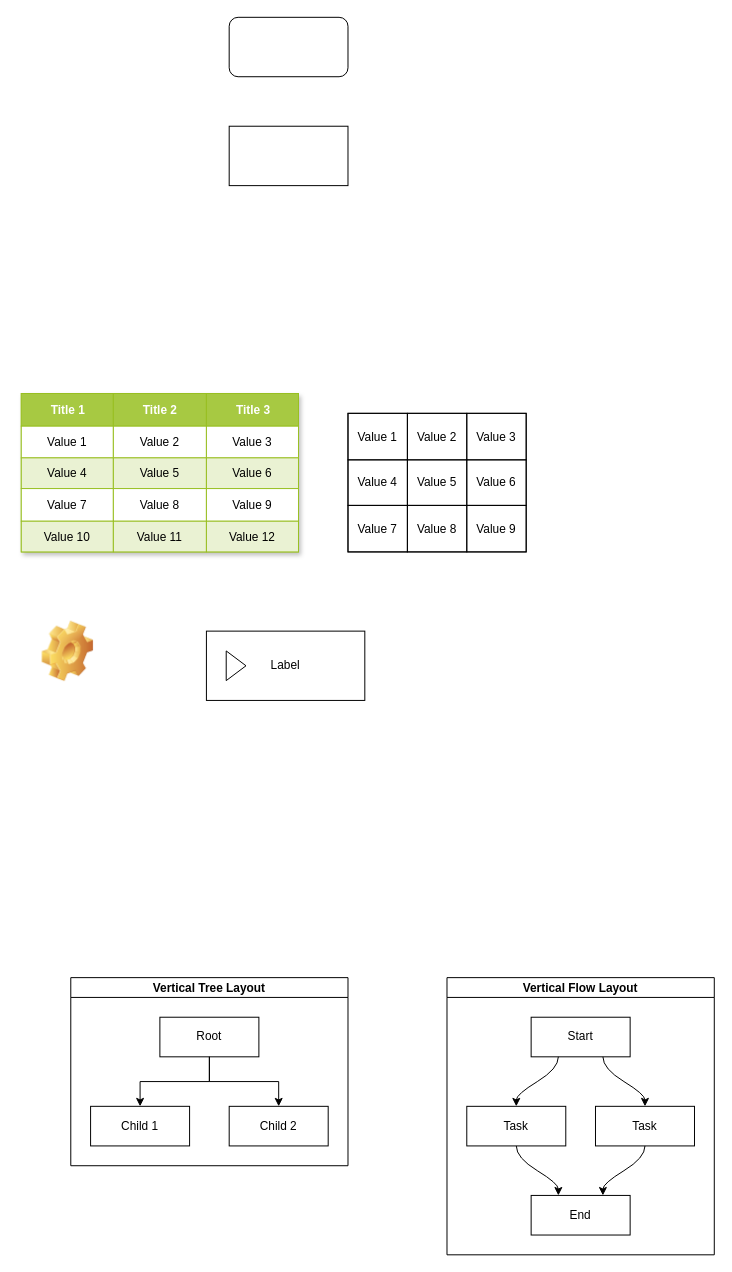
The draw.io diagram 未命名绘图.drawio in Hickey3197/DrawIO, before the edit. Source tidied: cells renumbered, new cells numbered last; positions are measured from the earlier drawing's top-left corner, leaving out a move shared by most shapes. Both pictures are drawn from the tidied source at 99%, with x=0, y=0 at pixel (21, 17).
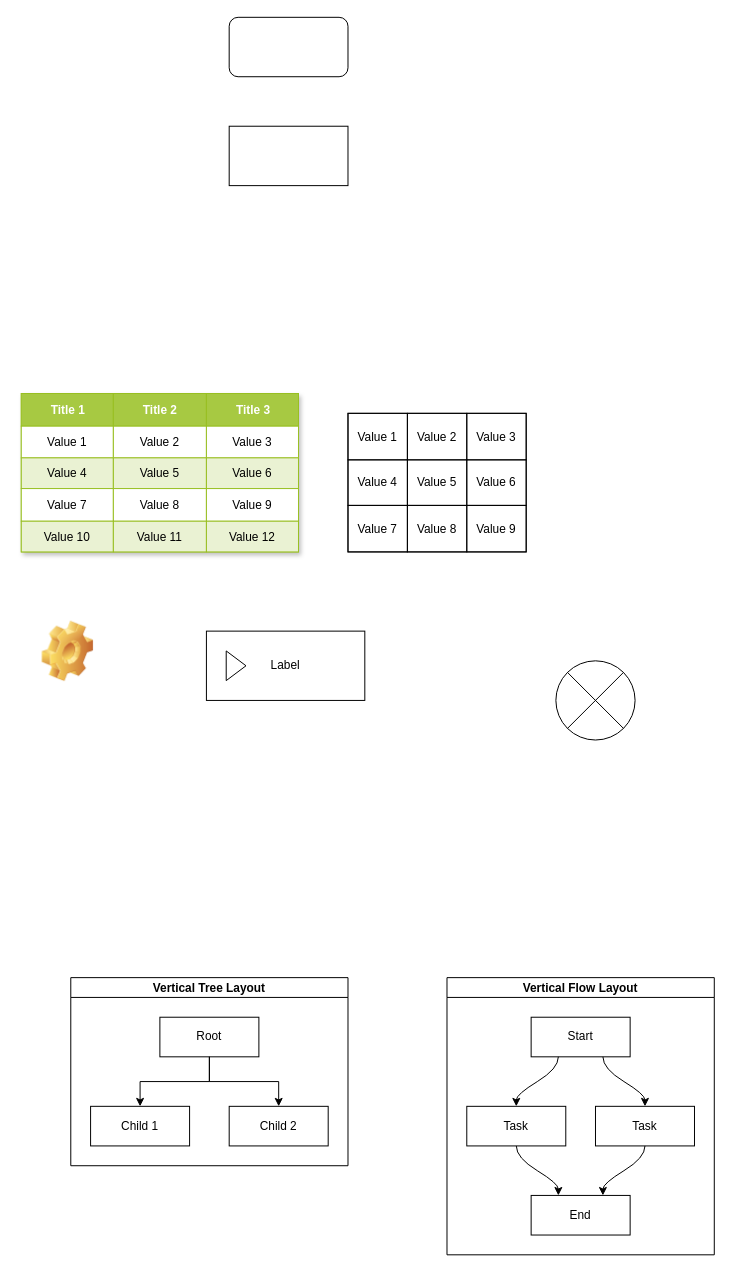
After the change.

Change to the diagram source:
```diff
@@
+    <mxCell id="56" style="shape=sumEllipse;perimeter=ellipsePerimeter;whiteSpace=wrap;html=1;backgroundOutline=1;" parent="1" vertex="1">
+      <mxGeometry x="540" y="650" width="80" height="80" as="geometry" />
+    </mxCell>
```
